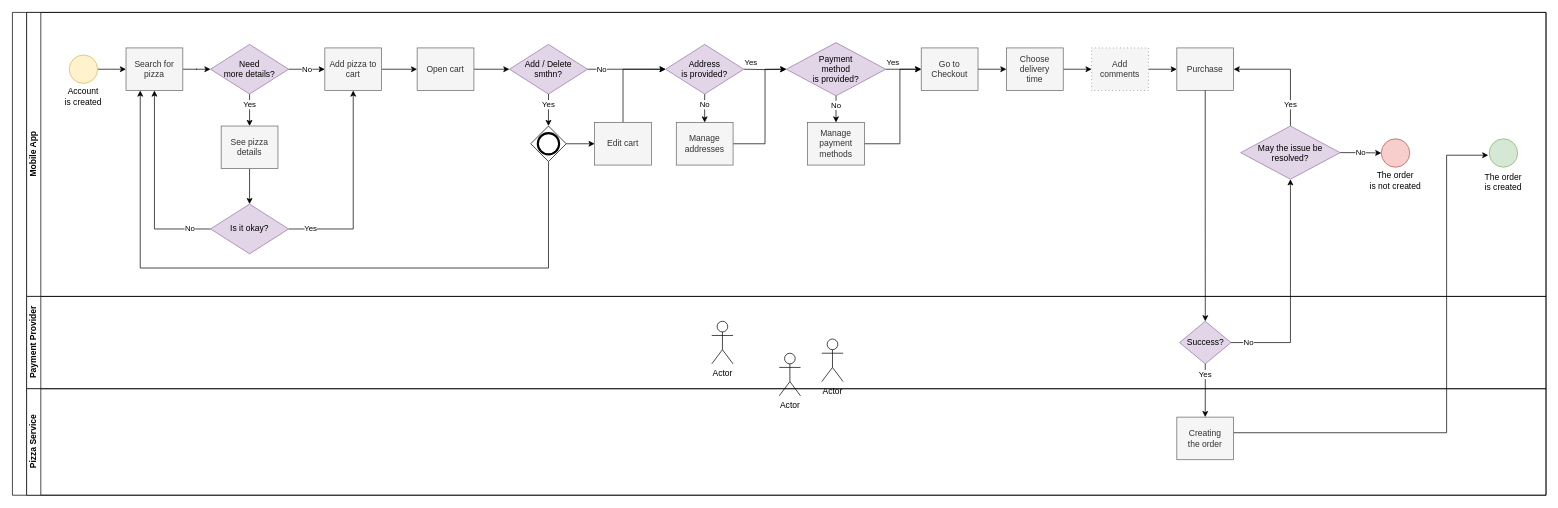
rynkovskii/instead_of_a_hundred_test_cases keeps this draw.io diagram as docs/diagrams/tobePlacingOrder.drawio. Above is the earlier version. Source tidied: cells renumbered, new cells numbered last; positions are measured from the earlier drawing's top-left corner, leaving out a move shared by most shapes. Both pictures are drawn from the tidied source at 71%, with x=0, y=0 at pixel (12, 12).
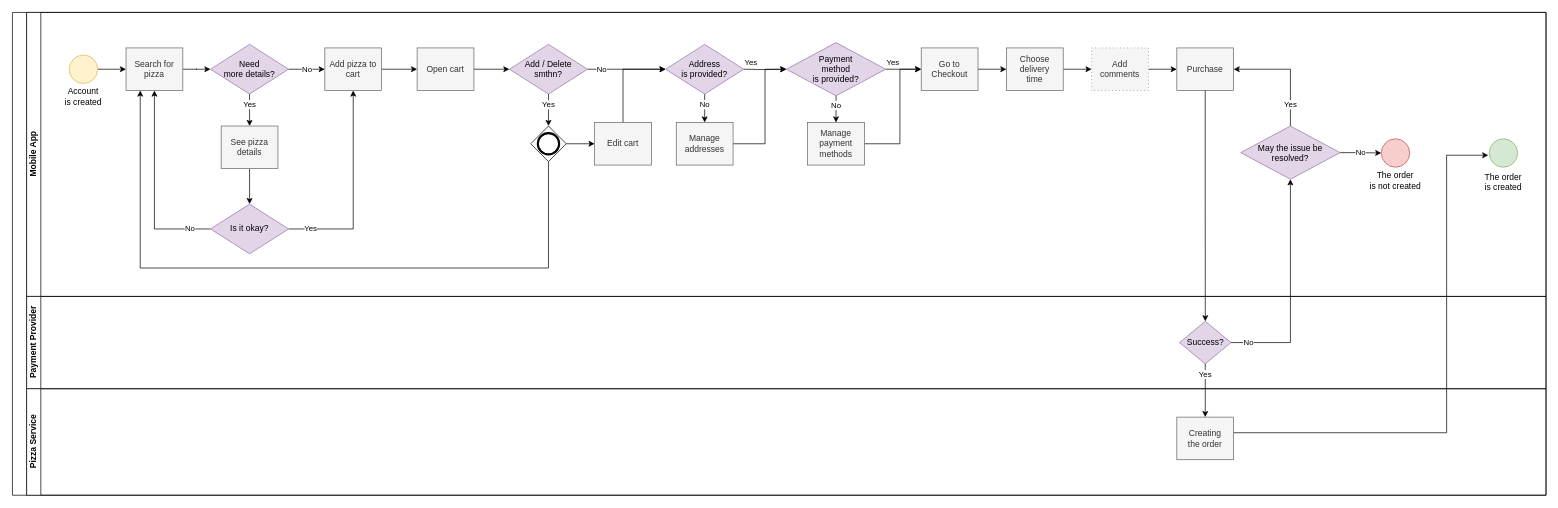
The same diagram, later.

Unchanged cells that the change refers to:
```xml
<mxCell id="54" value="Payment Provider" style="swimlane;html=1;startSize=20;horizontal=0;" parent="2" vertex="1">
  <mxGeometry x="20" y="400" width="2140" height="130" as="geometry" />
</mxCell>
```

Change to the diagram source:
```diff
@@
-    <mxCell id="56" value="Actor" style="shape=umlActor;verticalLabelPosition=bottom;verticalAlign=top;html=1;" parent="54" vertex="1">
-      <mxGeometry x="965" y="35" width="30" height="60" as="geometry" />
-    </mxCell>
@@
-    <mxCell id="63" value="Actor" style="shape=umlActor;verticalLabelPosition=bottom;verticalAlign=top;html=1;" parent="1" vertex="1">
-      <mxGeometry x="1080" y="480" width="30" height="60" as="geometry" />
-    </mxCell>
-    <mxCell id="64" value="Actor" style="shape=umlActor;verticalLabelPosition=bottom;verticalAlign=top;html=1;" parent="1" vertex="1">
-      <mxGeometry x="1140" y="460" width="30" height="60" as="geometry" />
-    </mxCell>
```
